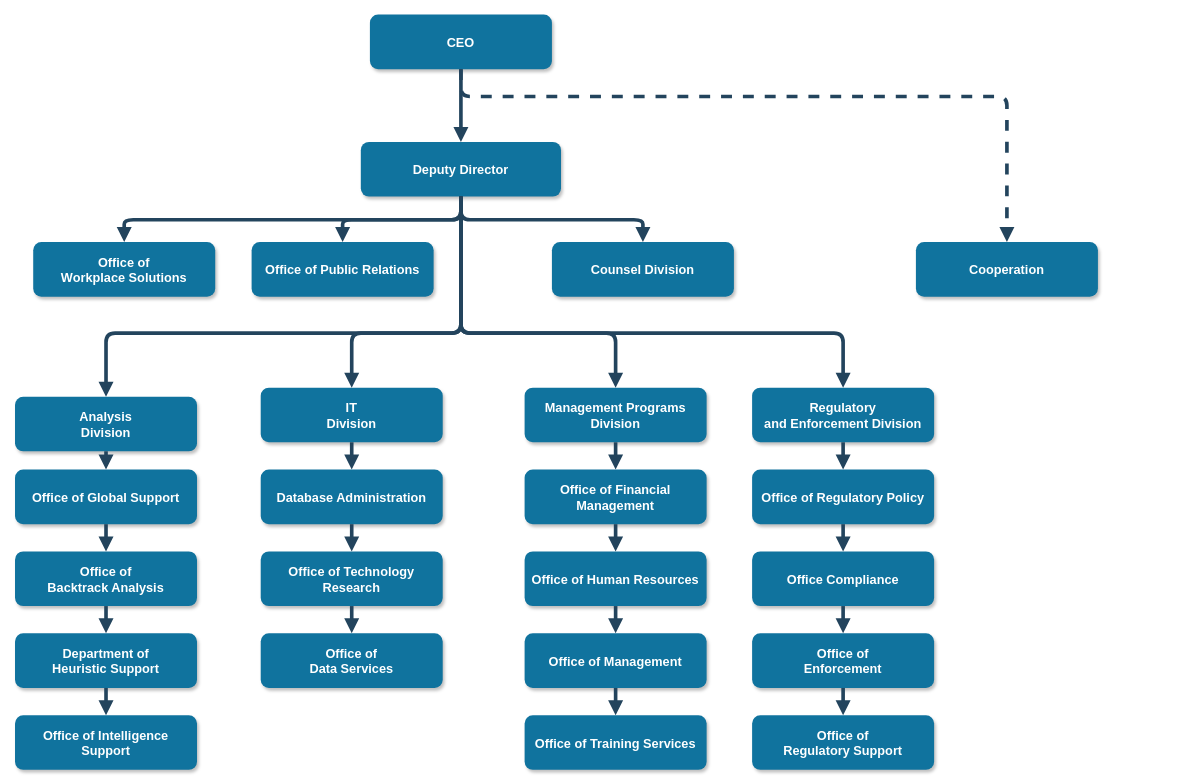
Above: 사이트.drawio in Diame58/AWS-Class (draw.io), before the change. Source tidied: cells renumbered, new cells numbered last; positions are measured from the earlier drawing's top-left corner, leaving out a move shared by most shapes. Both pictures are drawn from the tidied source at 91%, with x=0, y=0 at pixel (15, 15).
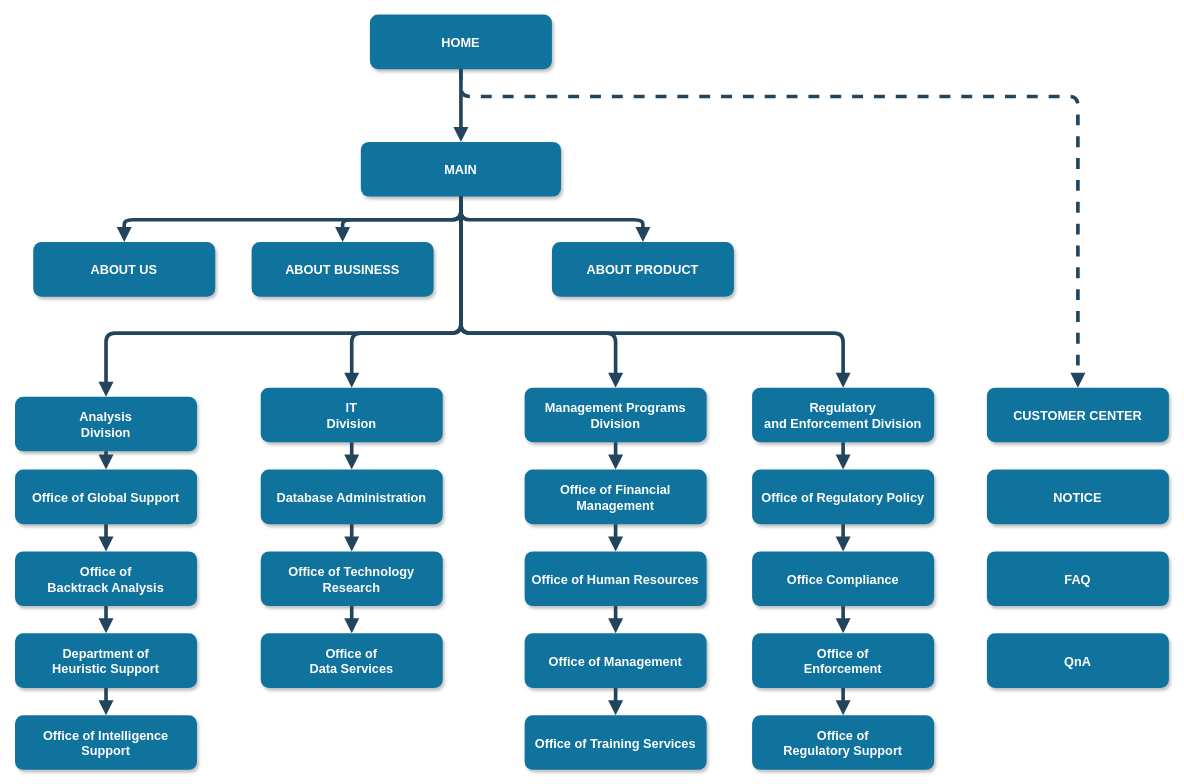
The same page after the edit.

Commit message:
사이트.drawio 업데이트

The edit, as a diff of the source:
```diff
@@
-    <mxCell id="2" value="CEO" style="rounded=1;fillColor=#10739E;strokeColor=none;shadow=1;gradientColor=none;fontStyle=1;fontColor=#FFFFFF;fontSize=14;" parent="1" vertex="1">
+    <mxCell id="2" value="HOME" style="rounded=1;fillColor=#10739E;strokeColor=none;shadow=1;gradientColor=none;fontStyle=1;fontColor=#FFFFFF;fontSize=14;" parent="1" vertex="1">
       <mxGeometry x="390" y="-0.5" width="200" height="60" as="geometry" />
     </mxCell>
-    <mxCell id="3" value="Deputy Director" style="rounded=1;fillColor=#10739E;strokeColor=none;shadow=1;gradientColor=none;fontStyle=1;fontColor=#FFFFFF;fontSize=14;" parent="1" vertex="1">
+    <mxCell id="3" value="MAIN" style="rounded=1;fillColor=#10739E;strokeColor=none;shadow=1;gradientColor=none;fontStyle=1;fontColor=#FFFFFF;fontSize=14;" parent="1" vertex="1">
       <mxGeometry x="380" y="139.5" width="220" height="60" as="geometry" />
     </mxCell>
-    <mxCell id="4" value="Office of &#10;Workplace Solutions" style="rounded=1;fillColor=#10739E;strokeColor=none;shadow=1;gradientColor=none;fontStyle=1;fontColor=#FFFFFF;fontSize=14;" parent="1" vertex="1">
+    <mxCell id="4" value="ABOUT US" style="rounded=1;fillColor=#10739E;strokeColor=none;shadow=1;gradientColor=none;fontStyle=1;fontColor=#FFFFFF;fontSize=14;" parent="1" vertex="1">
       <mxGeometry x="20" y="249.5" width="200" height="60" as="geometry" />
     </mxCell>
-    <mxCell id="5" value="Office of Public Relations" style="rounded=1;fillColor=#10739E;strokeColor=none;shadow=1;gradientColor=none;fontStyle=1;fontColor=#FFFFFF;fontSize=14;" parent="1" vertex="1">
+    <mxCell id="5" value="ABOUT BUSINESS" style="rounded=1;fillColor=#10739E;strokeColor=none;shadow=1;gradientColor=none;fontStyle=1;fontColor=#FFFFFF;fontSize=14;" parent="1" vertex="1">
       <mxGeometry x="260" y="249.5" width="200" height="60" as="geometry" />
     </mxCell>
-    <mxCell id="6" value="Counsel Division" style="rounded=1;fillColor=#10739E;strokeColor=none;shadow=1;gradientColor=none;fontStyle=1;fontColor=#FFFFFF;fontSize=14;" parent="1" vertex="1">
+    <mxCell id="6" value="ABOUT PRODUCT" style="rounded=1;fillColor=#10739E;strokeColor=none;shadow=1;gradientColor=none;fontStyle=1;fontColor=#FFFFFF;fontSize=14;" parent="1" vertex="1">
       <mxGeometry x="590" y="249.5" width="200" height="60" as="geometry" />
     </mxCell>
-    <mxCell id="7" value="Cooperation" style="rounded=1;fillColor=#10739E;strokeColor=none;shadow=1;gradientColor=none;fontStyle=1;fontColor=#FFFFFF;fontSize=14;" parent="1" vertex="1">
-      <mxGeometry x="990" y="249.5" width="200" height="60" as="geometry" />
+    <mxCell id="7" value="CUSTOMER CENTER" style="rounded=1;fillColor=#10739E;strokeColor=none;shadow=1;gradientColor=none;fontStyle=1;fontColor=#FFFFFF;fontSize=14;" parent="1" vertex="1">
+      <mxGeometry x="1068" y="409.5" width="200" height="60" as="geometry" />
     </mxCell>
@@
+    <mxCell id="51" value="NOTICE" style="rounded=1;fillColor=#10739E;strokeColor=none;shadow=1;gradientColor=none;fontStyle=1;fontColor=#FFFFFF;fontSize=14;" parent="1" vertex="1">
+      <mxGeometry x="1068" y="499.5" width="200" height="60" as="geometry" />
+    </mxCell>
+    <mxCell id="52" value="FAQ" style="rounded=1;fillColor=#10739E;strokeColor=none;shadow=1;gradientColor=none;fontStyle=1;fontColor=#FFFFFF;fontSize=14;" parent="1" vertex="1">
+      <mxGeometry x="1068" y="589.5" width="200" height="60" as="geometry" />
+    </mxCell>
+    <mxCell id="53" value="QnA" style="rounded=1;fillColor=#10739E;strokeColor=none;shadow=1;gradientColor=none;fontStyle=1;fontColor=#FFFFFF;fontSize=14;" parent="1" vertex="1">
+      <mxGeometry x="1068" y="679.5" width="200" height="60" as="geometry" />
+    </mxCell>
```
